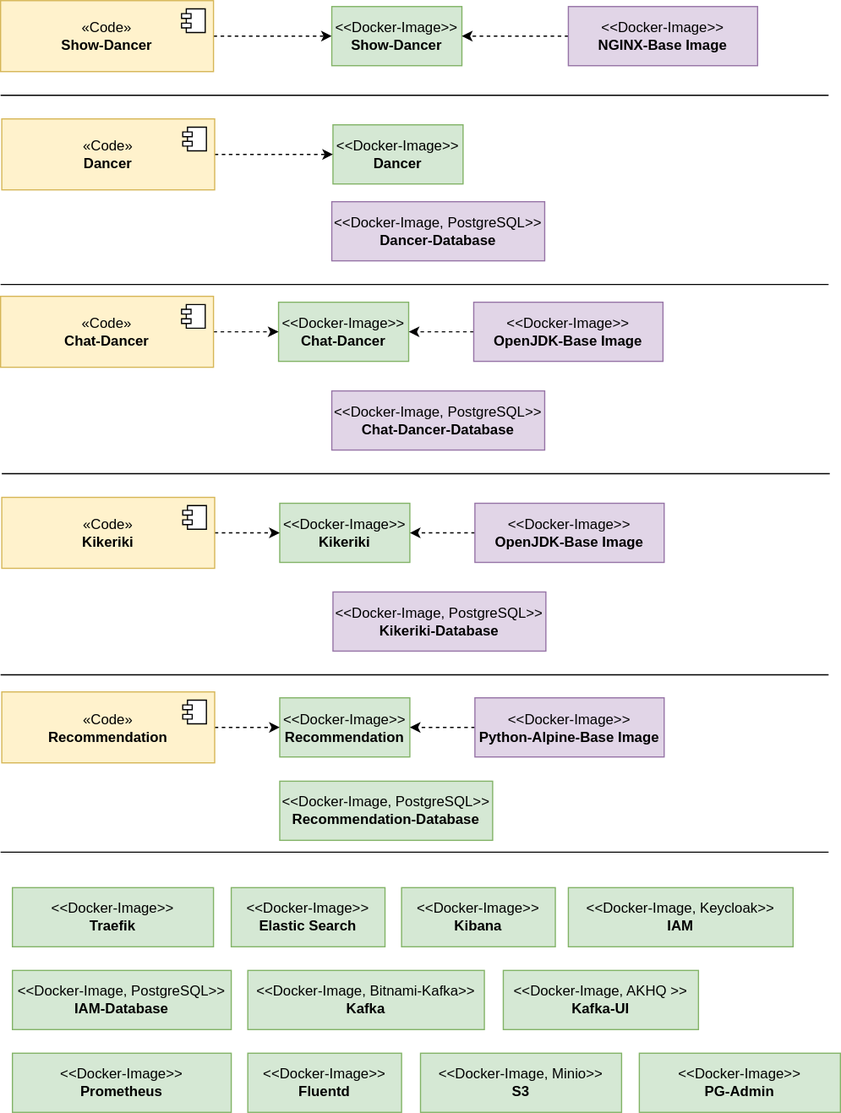
Above: src/main/jbake/content/documentation/arc42/images/deployment-components.drawio.svg in dancier/documentation (draw.io), before the change. Source tidied: cells renumbered, new cells last; positions are measured from the earlier drawing's top-left corner, leaving out a move shared by most shapes.
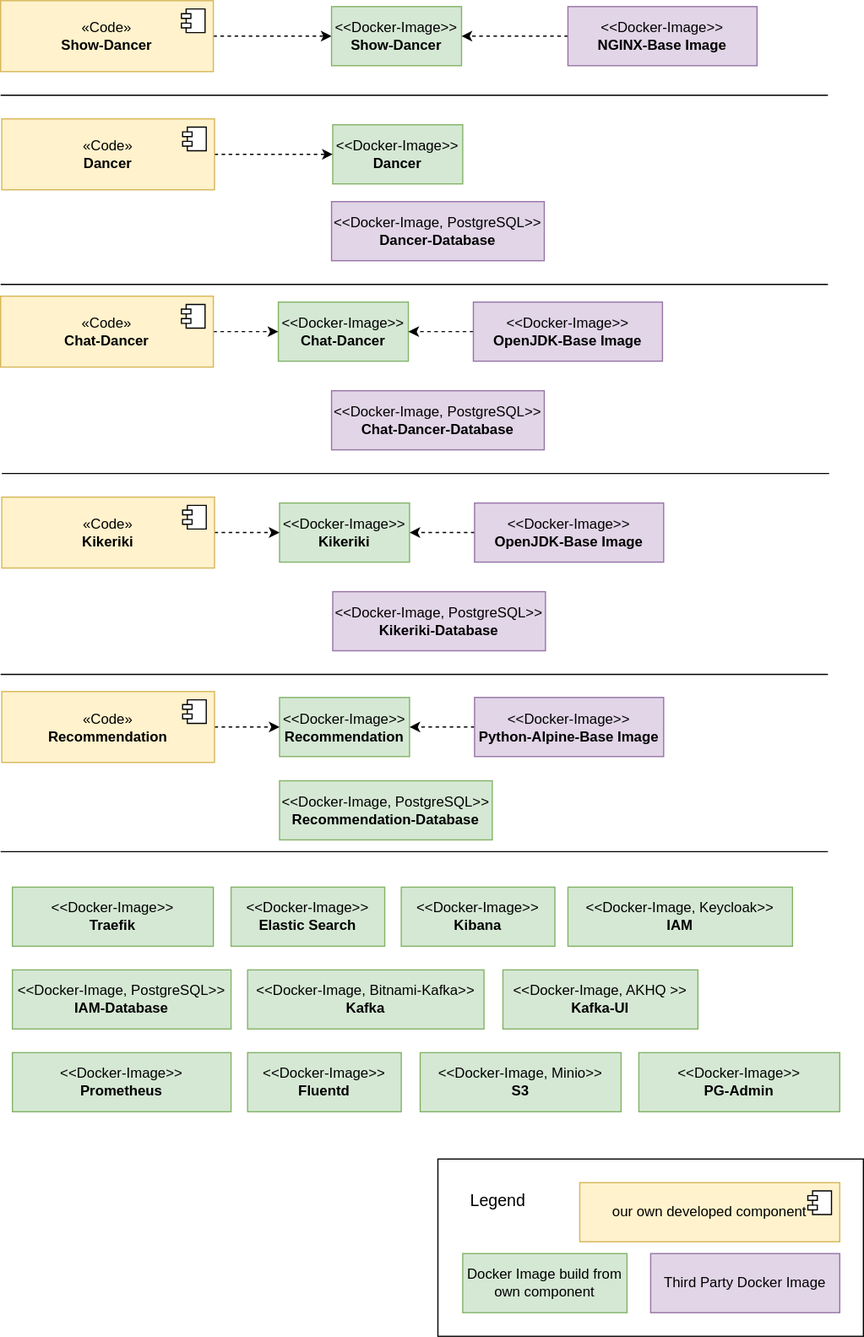
Above is the later version.

Change to the diagram source:
```diff
@@ -171,5 +171,25 @@
     <mxCell id="49" value="&amp;lt;&amp;lt;Docker-Image&amp;gt;&amp;gt;&lt;br&gt;&lt;b&gt;Kibana&lt;/b&gt;" style="html=1;whiteSpace=wrap;fillColor=#d5e8d4;strokeColor=#82b366;" parent="1" vertex="1">
       <mxGeometry x="339" y="750" width="130" height="50" as="geometry" />
     </mxCell>
+    <mxCell id="50" style="rounded=0;whiteSpace=wrap;html=1;" parent="1" vertex="1">
+      <mxGeometry x="370" y="980" width="360" height="150" as="geometry" />
+    </mxCell>
+    <mxCell id="51" value="our own developed component" style="html=1;whiteSpace=wrap;fillColor=#fff2cc;strokeColor=#d6b656;" parent="1" vertex="1">
+      <mxGeometry x="490" y="1000" width="220" height="50" as="geometry" />
+    </mxCell>
+    <mxCell id="52" style="shape=module;jettyWidth=8;jettyHeight=4;" parent="51" vertex="1">
+      <mxGeometry x="1" width="20" height="20" relative="1" as="geometry">
+        <mxPoint x="-27" y="7" as="offset" />
+      </mxGeometry>
+    </mxCell>
+    <mxCell id="53" value="Docker Image build from own component" style="html=1;whiteSpace=wrap;fillColor=#d5e8d4;strokeColor=#82b366;" parent="1" vertex="1">
+      <mxGeometry x="391" y="1060" width="139" height="50" as="geometry" />
+    </mxCell>
+    <mxCell id="54" value="Third Party Docker Image" style="html=1;whiteSpace=wrap;fillColor=#e1d5e7;strokeColor=#9673a6;" parent="1" vertex="1">
+      <mxGeometry x="550" y="1060" width="160" height="50" as="geometry" />
+    </mxCell>
+    <mxCell id="55" value="&lt;font style=&quot;font-size: 14px;&quot;&gt;Legend&lt;/font&gt;" style="text;html=1;strokeColor=none;fillColor=none;align=center;verticalAlign=middle;whiteSpace=wrap;rounded=0;" parent="1" vertex="1">
+      <mxGeometry x="391" y="1000" width="60" height="30" as="geometry" />
+    </mxCell>
   </root>
 </mxGraphModel>
```
